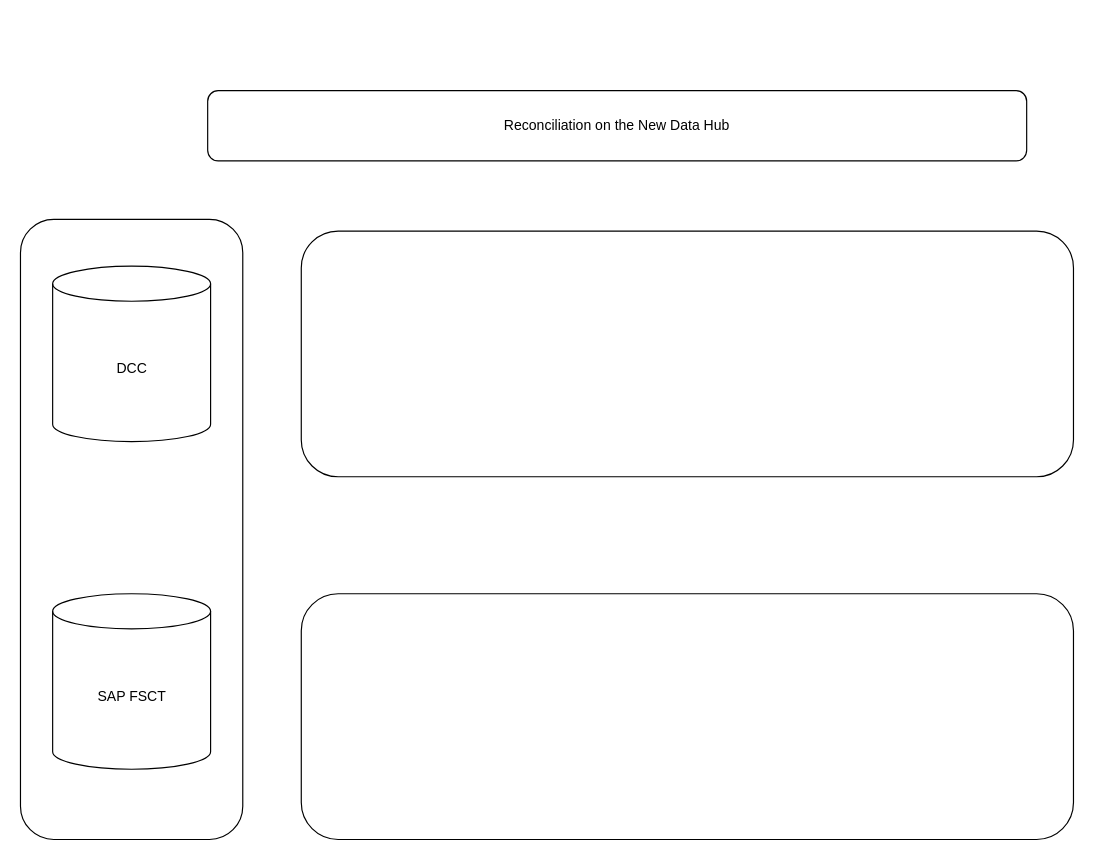
Before: Untitled Diagram.drawio in joaorafaelr/Reconc-Project, a draw.io diagram. Source tidied: cells renumbered, new cells numbered last; positions are measured from the earlier drawing's top-left corner, leaving out a move shared by most shapes. Both pictures are drawn from the tidied source at 117%, with x=0, y=0 at pixel (20, 90).
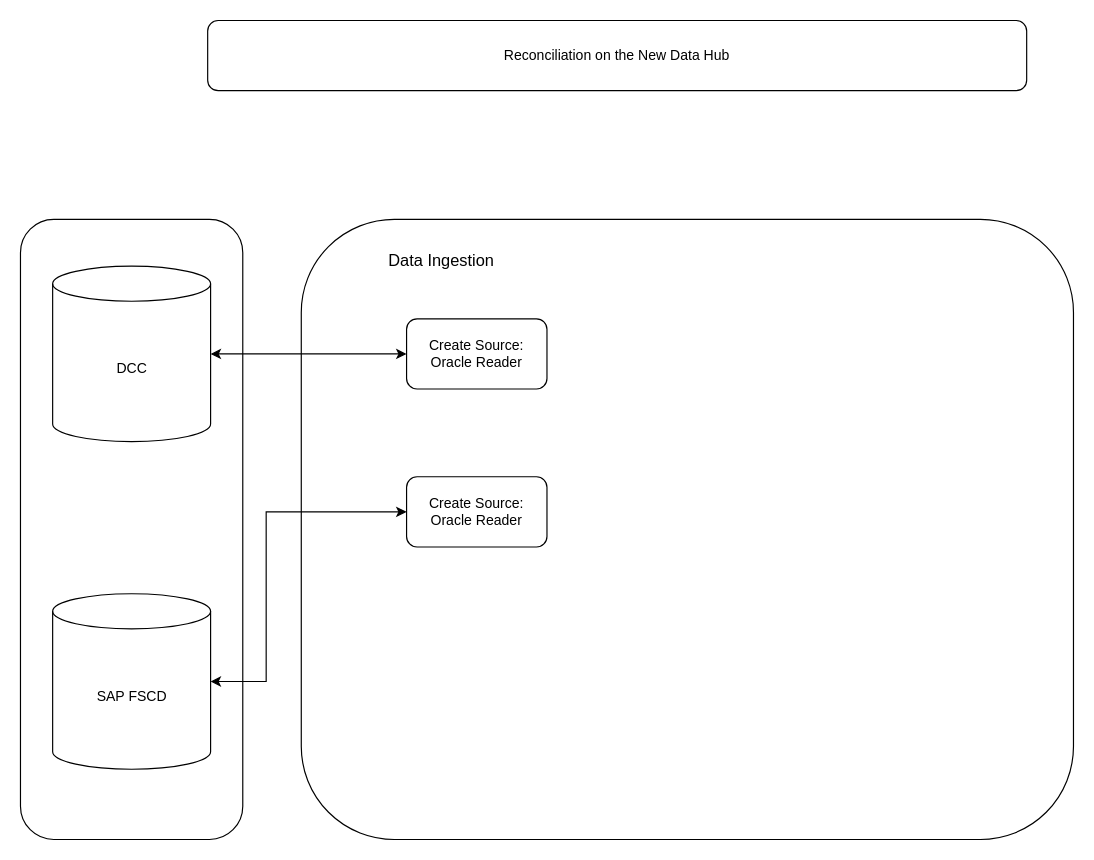
The same diagram, later.

Change to the diagram source:
```diff
@@
 <mxGraphModel>
   <root>
     <mxCell id="0" />
     <mxCell id="1" parent="0" />
+    <mxCell id="6" style="rounded=1;whiteSpace=wrap;html=1;align=left;" parent="1" vertex="1">
+      <mxGeometry x="240" y="110" width="660" height="530" as="geometry" />
+    </mxCell>
     <mxCell id="2" value="Reconciliation on the New Data Hub" style="rounded=1;whiteSpace=wrap;html=1;" parent="1" vertex="1">
-      <mxGeometry x="160" width="700" height="60" as="geometry" />
+      <mxGeometry x="160" y="-60" width="700" height="60" as="geometry" />
     </mxCell>
     <mxCell id="3" style="rounded=1;whiteSpace=wrap;html=1;" parent="1" vertex="1">
       <mxGeometry y="110" width="190" height="530" as="geometry" />
     </mxCell>
     <mxCell id="4" value="DCC" style="shape=cylinder3;whiteSpace=wrap;html=1;boundedLbl=1;backgroundOutline=1;size=15;" parent="1" vertex="1">
       <mxGeometry x="27.5" y="150" width="135" height="150" as="geometry" />
     </mxCell>
-    <mxCell id="5" value="SAP FSCT" style="shape=cylinder3;whiteSpace=wrap;html=1;boundedLbl=1;backgroundOutline=1;size=15;" parent="1" vertex="1">
+    <mxCell id="5" value="SAP FSCD" style="shape=cylinder3;whiteSpace=wrap;html=1;boundedLbl=1;backgroundOutline=1;size=15;" parent="1" vertex="1">
       <mxGeometry x="27.5" y="430" width="135" height="150" as="geometry" />
     </mxCell>
-    <mxCell id="6" style="rounded=1;whiteSpace=wrap;html=1;align=left;" parent="1" vertex="1">
-      <mxGeometry x="240" y="120" width="660" height="210" as="geometry" />
-    </mxCell>
-    <mxCell id="7" style="rounded=1;whiteSpace=wrap;html=1;align=left;" parent="1" vertex="1">
-      <mxGeometry x="240" y="430" width="660" height="210" as="geometry" />
-    </mxCell>
+    <mxCell id="8" value="&lt;font style=&quot;font-size: 14px;&quot;&gt;Data Ingestion&lt;/font&gt;" style="text;html=1;whiteSpace=wrap;strokeColor=none;fillColor=none;align=center;verticalAlign=middle;rounded=0;" parent="1" vertex="1">
+      <mxGeometry x="290" y="130" width="140" height="30" as="geometry" />
+    </mxCell>
+    <mxCell id="9" value="Create Source: Oracle Reader" style="rounded=1;whiteSpace=wrap;html=1;" parent="1" vertex="1">
+      <mxGeometry x="330" y="195" width="120" height="60" as="geometry" />
+    </mxCell>
+    <mxCell id="10" value="Create Source: Oracle Reader" style="rounded=1;whiteSpace=wrap;html=1;" parent="1" vertex="1">
+      <mxGeometry x="330" y="330" width="120" height="60" as="geometry" />
+    </mxCell>
+    <mxCell id="11" style="endArrow=classic;startArrow=classic;html=1;rounded=0;entryX=0;entryY=0.5;entryDx=0;entryDy=0;exitX=1;exitY=0.5;exitDx=0;exitDy=0;exitPerimeter=0;" parent="1" edge="1" source="4" target="9">
+      <mxGeometry relative="1" as="geometry" />
+    </mxCell>
+    <mxCell id="12" style="endArrow=classic;startArrow=classic;html=1;rounded=0;exitX=1;exitY=0.5;exitDx=0;exitDy=0;exitPerimeter=0;entryX=0;entryY=0.5;entryDx=0;entryDy=0;" parent="1" edge="1" source="5" target="10">
+      <mxGeometry relative="1" as="geometry">
+        <Array as="points">
+          <mxPoint x="210" y="505" />
+          <mxPoint x="210" y="360" />
+        </Array>
+      </mxGeometry>
+    </mxCell>
   </root>
 </mxGraphModel>
```
